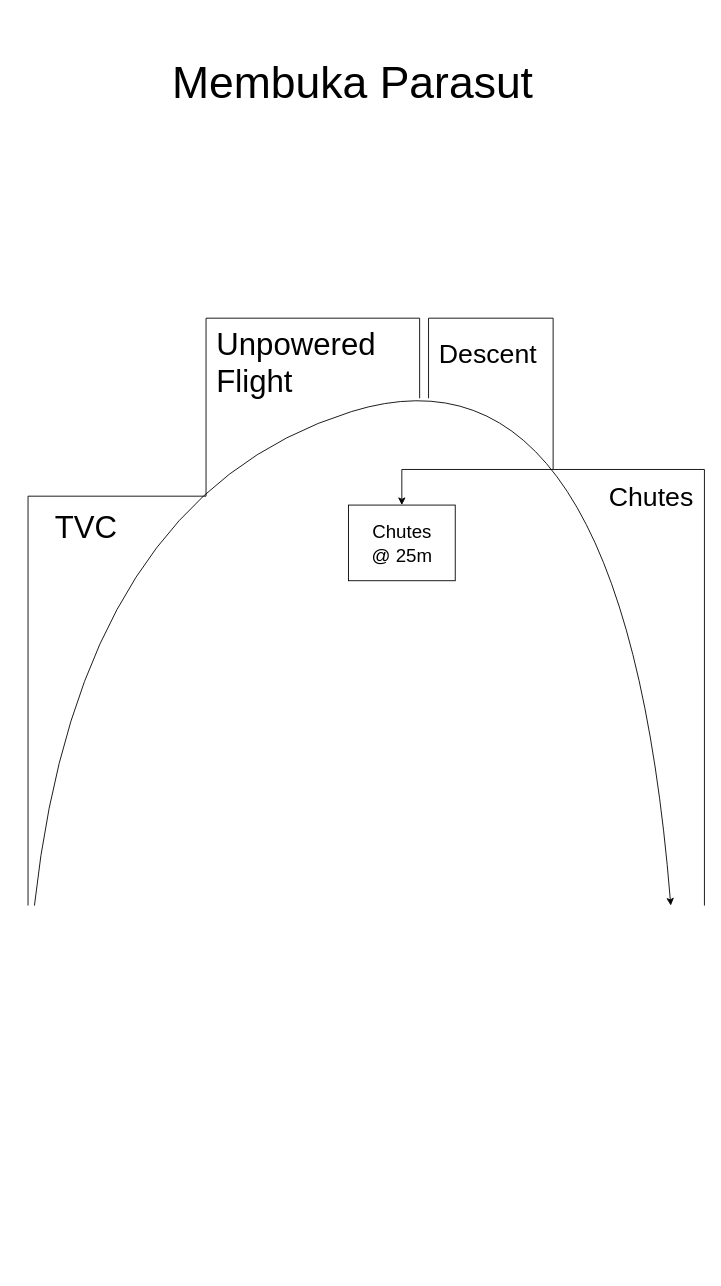
Earlier version of the draw.io diagram page "Parachute Deployment" (8 of 9) of Mekanisme.drawio (reacto11mecha/draft-model-rocket). Source tidied: cells renumbered, new cells numbered last; positions are measured from the earlier drawing's top-left corner, leaving out a move shared by most shapes. Both pictures are drawn from the tidied source at 89%, with x=0, y=0 at pixel (28, 15).
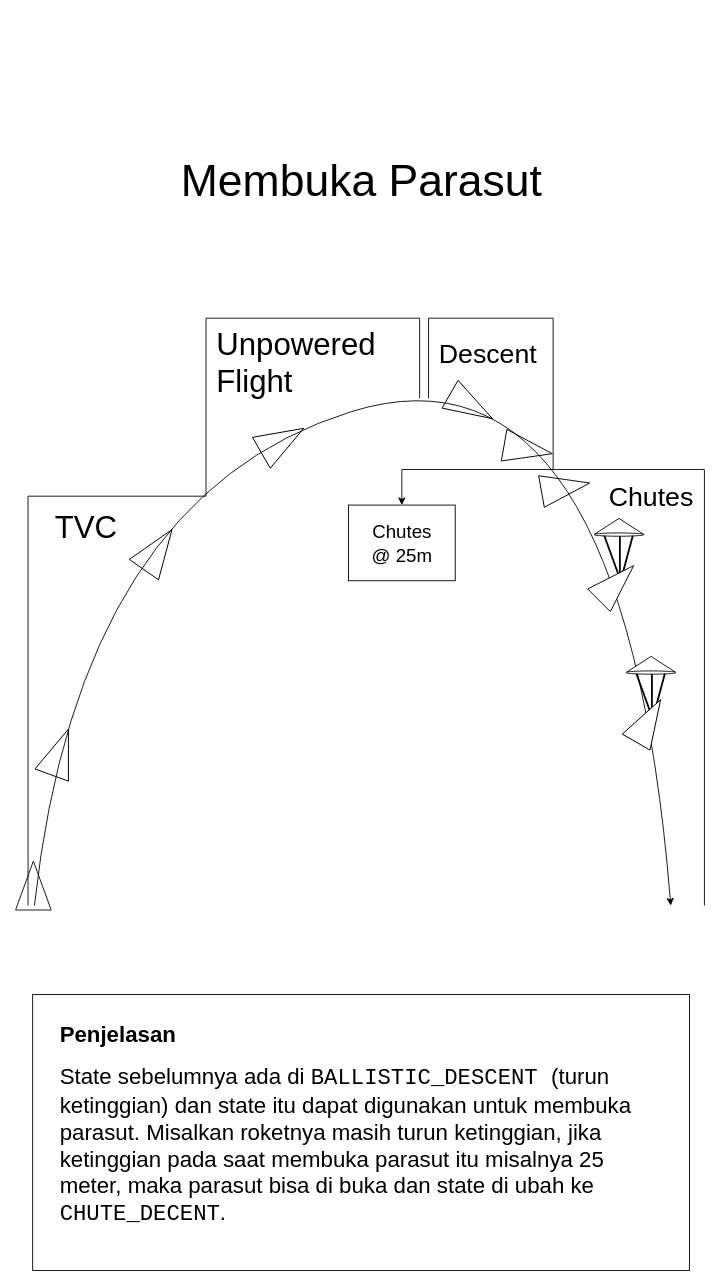
Above is the later version.

Commit message (it also covers changes not shown here):
menambahkan penjelasan

Diff of the diagram source:
```diff
@@
+    <mxCell id="21" style="triangle;whiteSpace=wrap;html=1;fontFamily=Courier New;fontSize=16;rotation=-180;direction=south;" parent="1" vertex="1">
+      <mxGeometry x="-14" y="950" width="40" height="55" as="geometry" />
+    </mxCell>
+    <mxCell id="22" style="line;strokeWidth=2;direction=south;html=1;fontFamily=Courier New;fontSize=26;rotation=0;" parent="1" vertex="1">
+      <mxGeometry x="660" y="580" width="10" height="50" as="geometry" />
+    </mxCell>
+    <mxCell id="23" style="line;strokeWidth=2;direction=south;html=1;fontFamily=Courier New;fontSize=26;rotation=-20;" parent="1" vertex="1">
+      <mxGeometry x="650" y="580" width="10" height="50" as="geometry" />
+    </mxCell>
+    <mxCell id="24" style="line;strokeWidth=2;direction=south;html=1;fontFamily=Courier New;fontSize=26;rotation=15;" parent="1" vertex="1">
+      <mxGeometry x="669" y="580" width="10" height="50" as="geometry" />
+    </mxCell>
+    <mxCell id="25" style="triangle;whiteSpace=wrap;html=1;fontFamily=Courier New;fontSize=16;rotation=-100;direction=south;" parent="1" vertex="1">
+      <mxGeometry x="586" y="502.5" width="36" height="55" as="geometry" />
+    </mxCell>
+    <mxCell id="26" style="triangle;whiteSpace=wrap;html=1;fontFamily=Courier New;fontSize=16;rotation=-80;direction=south;" parent="1" vertex="1">
+      <mxGeometry x="544" y="460" width="36" height="55" as="geometry" />
+    </mxCell>
+    <mxCell id="27" style="triangle;whiteSpace=wrap;html=1;fontFamily=Courier New;fontSize=16;rotation=-60;direction=south;" parent="1" vertex="1">
+      <mxGeometry x="480" y="411.7" width="36" height="55" as="geometry" />
+    </mxCell>
+    <mxCell id="28" style="triangle;whiteSpace=wrap;html=1;fontFamily=Courier New;fontSize=16;rotation=-120;direction=south;" parent="1" vertex="1">
+      <mxGeometry x="266" y="450" width="40" height="55" as="geometry" />
+    </mxCell>
+    <mxCell id="29" style="triangle;whiteSpace=wrap;html=1;fontFamily=Courier New;fontSize=16;rotation=-145;direction=south;" parent="1" vertex="1">
+      <mxGeometry x="126" y="572.5" width="40" height="55" as="geometry" />
+    </mxCell>
+    <mxCell id="30" style="triangle;whiteSpace=wrap;html=1;fontFamily=Courier New;fontSize=16;rotation=-160;direction=south;" parent="1" vertex="1">
+      <mxGeometry x="16" y="800" width="40" height="55" as="geometry" />
+    </mxCell>
@@
     <mxCell id="4" value="&lt;font style=&quot;font-size: 50px&quot;&gt;Membuka Parasut&lt;/font&gt;" style="text;html=1;strokeColor=none;fillColor=none;align=center;verticalAlign=middle;whiteSpace=wrap;rounded=0;fontSize=20;" parent="1" vertex="1">
-      <mxGeometry x="115" width="499.5" height="150" as="geometry" />
+      <mxGeometry x="124.5" y="110" width="499.5" height="150" as="geometry" />
     </mxCell>
@@
+    <mxCell id="31" style="triangle;whiteSpace=wrap;html=1;fontFamily=Courier New;fontSize=16;rotation=-135;direction=south;" parent="1" vertex="1">
+      <mxGeometry x="643" y="610" width="36" height="55" as="geometry" />
+    </mxCell>
+    <mxCell id="32" style="verticalLabelPosition=bottom;verticalAlign=top;html=1;shape=mxgraph.basic.cone;fontFamily=Courier New;fontSize=30;" parent="1" vertex="1">
+      <mxGeometry x="636" y="565" width="56" height="20" as="geometry" />
+    </mxCell>
+    <mxCell id="33" style="line;strokeWidth=2;direction=south;html=1;fontFamily=Courier New;fontSize=26;rotation=0;" parent="1" vertex="1">
+      <mxGeometry x="696" y="735" width="10" height="50" as="geometry" />
+    </mxCell>
+    <mxCell id="34" style="line;strokeWidth=2;direction=south;html=1;fontFamily=Courier New;fontSize=26;rotation=-20;" parent="1" vertex="1">
+      <mxGeometry x="686" y="735" width="10" height="50" as="geometry" />
+    </mxCell>
+    <mxCell id="35" style="line;strokeWidth=2;direction=south;html=1;fontFamily=Courier New;fontSize=26;rotation=15;" parent="1" vertex="1">
+      <mxGeometry x="705" y="735" width="10" height="50" as="geometry" />
+    </mxCell>
+    <mxCell id="36" style="triangle;whiteSpace=wrap;html=1;fontFamily=Courier New;fontSize=16;rotation=-150;direction=south;" parent="1" vertex="1">
+      <mxGeometry x="679" y="765" width="36" height="55" as="geometry" />
+    </mxCell>
+    <mxCell id="37" style="verticalLabelPosition=bottom;verticalAlign=top;html=1;shape=mxgraph.basic.cone;fontFamily=Courier New;fontSize=30;" parent="1" vertex="1">
+      <mxGeometry x="672" y="720" width="56" height="20" as="geometry" />
+    </mxCell>
+    <mxCell id="38" style="rounded=0;whiteSpace=wrap;html=1;" parent="1" vertex="1">
+      <mxGeometry x="5.2" y="1100" width="738" height="310" as="geometry" />
+    </mxCell>
+    <mxCell id="39" value="&lt;h1 style=&quot;font-size: 25px&quot;&gt;&lt;font style=&quot;font-size: 25px&quot;&gt;Penjelasan&lt;/font&gt;&lt;/h1&gt;&lt;div style=&quot;font-size: 25px&quot;&gt;&lt;font style=&quot;font-size: 25px&quot;&gt;State sebelumnya ada di&amp;nbsp;&lt;span style=&quot;font-family: &amp;#34;courier new&amp;#34;&quot;&gt;BALLISTIC_DESCENT&lt;/span&gt;&lt;font face=&quot;Courier New&quot; style=&quot;font-size: 25px&quot;&gt;&amp;nbsp;&lt;/font&gt;(turun ketinggian) dan state itu dapat digunakan untuk membuka parasut. Misalkan roketnya masih turun ketinggian, jika ketinggian pada saat membuka parasut itu misalnya 25 meter, maka parasut bisa di buka dan state di ubah ke &lt;font face=&quot;Courier New&quot;&gt;CHUTE_DECENT&lt;/font&gt;.&lt;/font&gt;&lt;/div&gt;" style="text;html=1;strokeColor=none;fillColor=none;spacing=5;spacingTop=-20;whiteSpace=wrap;overflow=hidden;rounded=0;align=left;" parent="1" vertex="1">
+      <mxGeometry x="30.6" y="1122.5" width="687.2" height="265" as="geometry" />
+    </mxCell>
```
